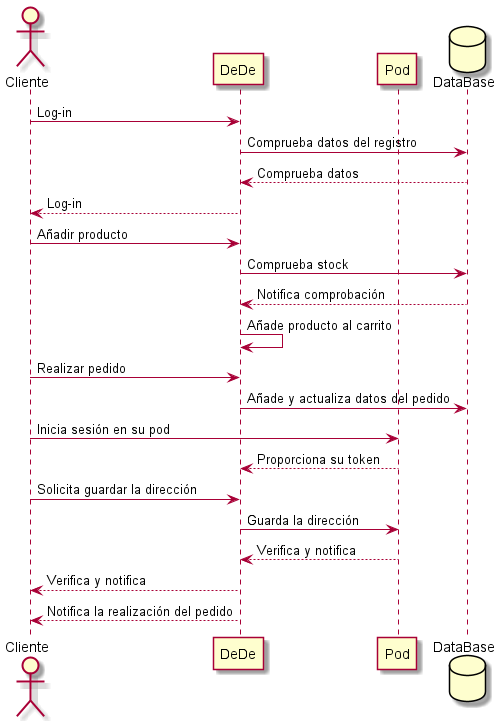
The PlantUML diagram images/06_runtime_pedido.png in Arquisoft/dede_es6b, before a commit.
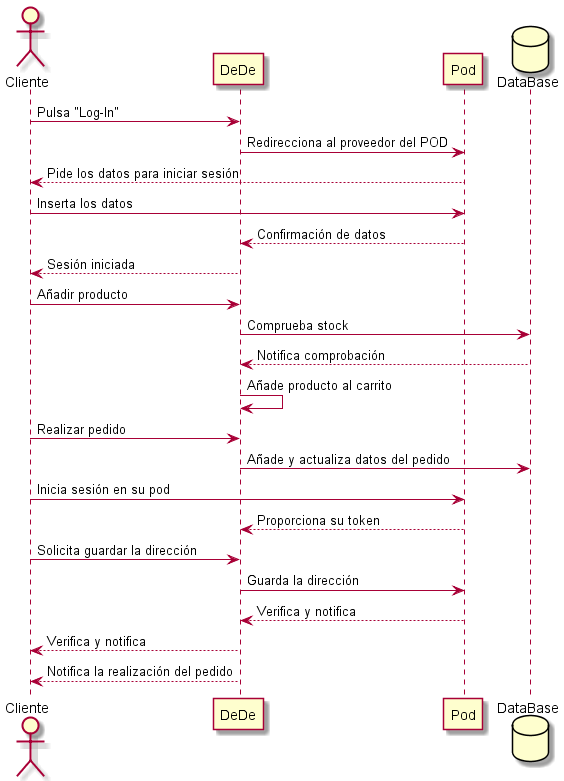
After the change.

Change to the diagram source:
```diff
@@ -3,10 +3,12 @@
 participant DeDe
 participant Pod
 database DataBase as "DataBase"
-Cliente-> DeDe: Log-in
-DeDe-> DataBase: Comprueba datos del registro
-DataBase --> DeDe: Comprueba datos
-DeDe --> Cliente: Log-in
+Cliente-> DeDe: Pulsa "Log-In"
+DeDe -> Pod: Redirecciona al proveedor del POD
+Cliente<-- Pod: Pide los datos para iniciar sesión
+Cliente-> Pod: Inserta los datos
+DeDe <-- Pod: Confirmación de datos
+Cliente<-- DeDe: Sesión iniciada
 Cliente-> DeDe: Añadir producto
 DeDe-> DataBase: Comprueba stock
 DataBase --> DeDe: Notifica comprobación
```
